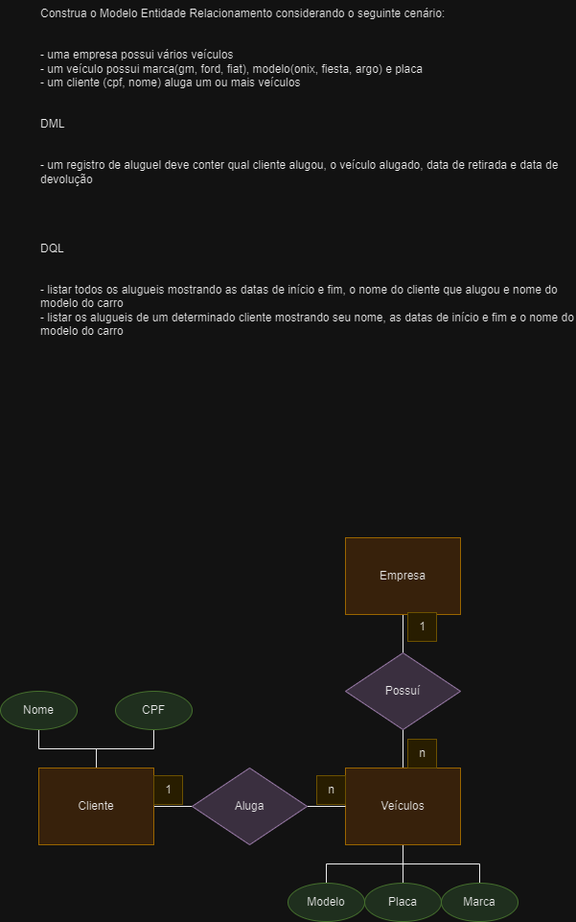
This is SPRINT-1-SENAI/Banco de Dados/Exercícios Modelagem Banco de Dados/Modelagem de Banco de Dados-Exercício 1.2.png.png from ViniciusPorcionato/3_DEV_TD, a draw.io export, as it was before one commit. Source tidied: cells renumbered, new cells last; positions are measured from the earlier drawing's top-left corner, leaving out a move shared by most shapes.
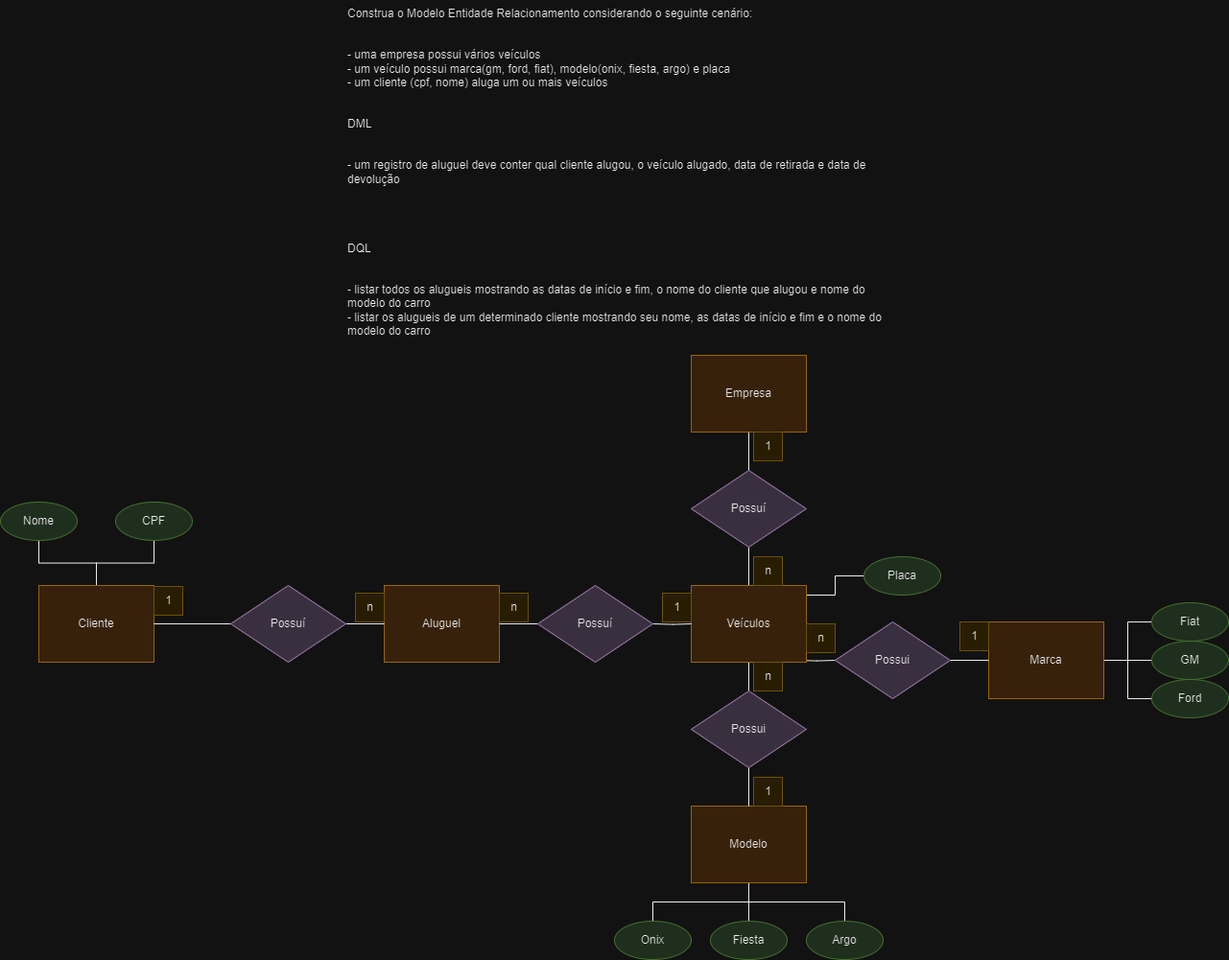
Above is the later version.

Commit message:
Correção dos exercícios sobre Modelagem de Banco de dados

Diff of the diagram source:
```diff
@@ -9,31 +9,33 @@
       <mxGeometry relative="1" as="geometry" />
     </mxCell>
     <mxCell id="4" value="Empresa" style="rounded=0;whiteSpace=wrap;html=1;fillColor=#ffe6cc;strokeColor=#d79b00;" parent="1" vertex="1">
-      <mxGeometry x="360" y="560" width="120" height="80" as="geometry" />
+      <mxGeometry x="400" y="370" width="120" height="80" as="geometry" />
     </mxCell>
     <mxCell id="5" style="edgeStyle=orthogonalEdgeStyle;rounded=0;jettySize=auto;html=1;entryX=0.5;entryY=0;entryDx=0;entryDy=0;endArrow=none;endFill=0;" parent="1" edge="1" source="6" target="10">
       <mxGeometry relative="1" as="geometry" />
     </mxCell>
     <mxCell id="6" value="Possuí" style="rhombus;whiteSpace=wrap;html=1;fillColor=#e1d5e7;strokeColor=#9673a6;" parent="1" vertex="1">
-      <mxGeometry x="360" y="680" width="120" height="80" as="geometry" />
+      <mxGeometry x="400" y="490" width="120" height="80" as="geometry" />
     </mxCell>
-    <mxCell id="7" style="edgeStyle=orthogonalEdgeStyle;rounded=0;jettySize=auto;html=1;entryX=0.5;entryY=0;entryDx=0;entryDy=0;endArrow=none;endFill=0;" parent="1" edge="1" source="10">
-      <mxGeometry relative="1" as="geometry">
-        <mxPoint x="420" y="920" as="targetPoint" />
-      </mxGeometry>
-    </mxCell>
-    <mxCell id="8" style="edgeStyle=orthogonalEdgeStyle;rounded=0;jettySize=auto;html=1;entryX=0.5;entryY=0;entryDx=0;entryDy=0;endArrow=none;endFill=0;" parent="1" edge="1" source="10" target="23">
-      <mxGeometry relative="1" as="geometry" />
-    </mxCell>
-    <mxCell id="9" style="edgeStyle=orthogonalEdgeStyle;rounded=0;jettySize=auto;html=1;entryX=0.5;entryY=0;entryDx=0;entryDy=0;endArrow=none;endFill=0;" parent="1" edge="1" source="10" target="25">
-      <mxGeometry relative="1" as="geometry" />
-    </mxCell>
+    <mxCell id="26" style="edgeStyle=orthogonalEdgeStyle;rounded=0;jettySize=auto;html=1;entryX=0.5;entryY=0;entryDx=0;entryDy=0;endArrow=none;endFill=0;" parent="1" edge="1" source="10" target="38">
+      <mxGeometry relative="1" as="geometry" />
+    </mxCell>
+    <mxCell id="27" style="edgeStyle=orthogonalEdgeStyle;rounded=0;jettySize=auto;html=1;entryX=0;entryY=0.5;entryDx=0;entryDy=0;endArrow=none;endFill=0;" parent="1" edge="1" target="36">
+      <mxGeometry relative="1" as="geometry">
+        <mxPoint x="510" y="688" as="sourcePoint" />
+      </mxGeometry>
+    </mxCell>
+    <mxCell id="28" style="edgeStyle=orthogonalEdgeStyle;rounded=0;jettySize=auto;html=1;entryX=0;entryY=0.5;entryDx=0;entryDy=0;endArrow=none;endFill=0;" parent="1" edge="1" source="10" target="24">
+      <mxGeometry relative="1" as="geometry">
+        <Array as="points">
+          <mxPoint x="550" y="620" />
+          <mxPoint x="550" y="600" />
+        </Array>
+      </mxGeometry>
+    </mxCell>
     <mxCell id="10" value="Veículos" style="rounded=0;whiteSpace=wrap;html=1;fillColor=#ffe6cc;strokeColor=#d79b00;" parent="1" vertex="1">
-      <mxGeometry x="360" y="800" width="120" height="80" as="geometry" />
+      <mxGeometry x="400" y="610" width="120" height="80" as="geometry" />
     </mxCell>
-    <mxCell id="11" style="edgeStyle=orthogonalEdgeStyle;rounded=0;jettySize=auto;html=1;exitX=1;exitY=0.5;exitDx=0;exitDy=0;entryX=0;entryY=0.5;entryDx=0;entryDy=0;endArrow=none;endFill=0;" parent="1" edge="1" source="14" target="16">
-      <mxGeometry relative="1" as="geometry" />
-    </mxCell>
     <mxCell id="12" style="edgeStyle=orthogonalEdgeStyle;rounded=0;jettySize=auto;html=1;entryX=0.5;entryY=1;entryDx=0;entryDy=0;endArrow=none;endFill=0;" parent="1" edge="1" source="14" target="17">
       <mxGeometry relative="1" as="geometry" />
     </mxCell>
@@ -41,40 +43,123 @@
       <mxGeometry relative="1" as="geometry" />
     </mxCell>
     <mxCell id="14" value="Cliente" style="rounded=0;whiteSpace=wrap;html=1;fillColor=#ffe6cc;strokeColor=#d79b00;" parent="1" vertex="1">
-      <mxGeometry x="40" y="800" width="120" height="80" as="geometry" />
+      <mxGeometry x="-280" y="610" width="120" height="80" as="geometry" />
     </mxCell>
-    <mxCell id="15" style="edgeStyle=orthogonalEdgeStyle;rounded=0;jettySize=auto;html=1;entryX=0;entryY=0.5;entryDx=0;entryDy=0;endArrow=none;endFill=0;" parent="1" edge="1" source="16" target="10">
-      <mxGeometry relative="1" as="geometry" />
+    <mxCell id="15" style="edgeStyle=orthogonalEdgeStyle;rounded=0;jettySize=auto;html=1;entryX=0;entryY=0.5;entryDx=0;entryDy=0;endArrow=none;endFill=0;" parent="1" edge="1" target="10">
+      <mxGeometry relative="1" as="geometry">
+        <mxPoint x="360" y="650" as="sourcePoint" />
+      </mxGeometry>
     </mxCell>
-    <mxCell id="16" value="Aluga" style="rhombus;whiteSpace=wrap;html=1;fillColor=#e1d5e7;strokeColor=#9673a6;" parent="1" vertex="1">
-      <mxGeometry x="200" y="800" width="120" height="80" as="geometry" />
-    </mxCell>
     <mxCell id="17" value="Nome" style="ellipse;whiteSpace=wrap;html=1;fillColor=#d5e8d4;strokeColor=#82b366;" parent="1" vertex="1">
-      <mxGeometry y="720" width="80" height="40" as="geometry" />
+      <mxGeometry x="-320" y="523" width="80" height="40" as="geometry" />
     </mxCell>
     <mxCell id="18" value="CPF" style="ellipse;whiteSpace=wrap;html=1;fillColor=#d5e8d4;strokeColor=#82b366;" parent="1" vertex="1">
-      <mxGeometry x="120" y="720" width="80" height="40" as="geometry" />
+      <mxGeometry x="-200" y="523" width="80" height="40" as="geometry" />
     </mxCell>
     <mxCell id="19" value="1" style="text;html=1;align=center;verticalAlign=middle;strokeColor=#d6b656;fillColor=#fff2cc;" parent="1" vertex="1">
-      <mxGeometry x="425" y="638" width="30" height="30" as="geometry" />
+      <mxGeometry x="465" y="450" width="30" height="30" as="geometry" />
     </mxCell>
     <mxCell id="20" value="n" style="text;html=1;align=center;verticalAlign=middle;strokeColor=#d6b656;fillColor=#fff2cc;" parent="1" vertex="1">
-      <mxGeometry x="425" y="770" width="30" height="30" as="geometry" />
+      <mxGeometry x="465" y="580" width="30" height="30" as="geometry" />
     </mxCell>
     <mxCell id="21" value="1" style="text;html=1;align=center;verticalAlign=middle;strokeColor=#d6b656;fillColor=#fff2cc;" parent="1" vertex="1">
-      <mxGeometry x="160" y="808" width="30" height="30" as="geometry" />
+      <mxGeometry x="-160" y="611" width="30" height="30" as="geometry" />
     </mxCell>
-    <mxCell id="22" value="n" style="text;html=1;align=center;verticalAlign=middle;strokeColor=#d6b656;fillColor=#fff2cc;" parent="1" vertex="1">
-      <mxGeometry x="330" y="808" width="30" height="30" as="geometry" />
+    <mxCell id="22" value="1" style="text;html=1;align=center;verticalAlign=middle;strokeColor=#d6b656;fillColor=#fff2cc;" parent="1" vertex="1">
+      <mxGeometry x="370" y="618" width="30" height="30" as="geometry" />
     </mxCell>
+    <mxCell id="29" style="edgeStyle=orthogonalEdgeStyle;rounded=0;jettySize=auto;html=1;entryX=0.5;entryY=0;entryDx=0;entryDy=0;endArrow=none;endFill=0;" parent="1" edge="1" source="23" target="40">
+      <mxGeometry relative="1" as="geometry" />
+    </mxCell>
+    <mxCell id="30" style="edgeStyle=orthogonalEdgeStyle;rounded=0;jettySize=auto;html=1;entryX=0.5;entryY=0;entryDx=0;entryDy=0;endArrow=none;endFill=0;" parent="1" edge="1" source="23" target="41">
+      <mxGeometry relative="1" as="geometry" />
+    </mxCell>
+    <mxCell id="31" style="edgeStyle=orthogonalEdgeStyle;rounded=0;jettySize=auto;html=1;entryX=0.5;entryY=0;entryDx=0;entryDy=0;endArrow=none;endFill=0;" parent="1" edge="1" source="23" target="39">
+      <mxGeometry relative="1" as="geometry" />
+    </mxCell>
-    <mxCell id="23" value="Modelo" style="ellipse;whiteSpace=wrap;html=1;fillColor=#d5e8d4;strokeColor=#82b366;" parent="1" vertex="1">
-      <mxGeometry x="300" y="920" width="80" height="40" as="geometry" />
+    <mxCell id="23" value="Modelo" style="rounded=0;whiteSpace=wrap;html=1;fillColor=#ffe6cc;strokeColor=#d79b00;" parent="1" vertex="1">
+      <mxGeometry x="400" y="840" width="120" height="80" as="geometry" />
     </mxCell>
+    <mxCell id="32" style="edgeStyle=orthogonalEdgeStyle;rounded=0;jettySize=auto;html=1;entryX=0;entryY=0.5;entryDx=0;entryDy=0;endArrow=none;endFill=0;" parent="1" edge="1" source="25" target="42">
+      <mxGeometry relative="1" as="geometry" />
+    </mxCell>
+    <mxCell id="33" style="edgeStyle=orthogonalEdgeStyle;rounded=0;jettySize=auto;html=1;entryX=0;entryY=0.5;entryDx=0;entryDy=0;endArrow=none;endFill=0;" parent="1" edge="1" source="25" target="44">
+      <mxGeometry relative="1" as="geometry" />
+    </mxCell>
+    <mxCell id="34" style="edgeStyle=orthogonalEdgeStyle;rounded=0;jettySize=auto;html=1;entryX=0;entryY=0.5;entryDx=0;entryDy=0;endArrow=none;endFill=0;" parent="1" edge="1" source="25" target="43">
+      <mxGeometry relative="1" as="geometry" />
+    </mxCell>
+    <mxCell id="25" value="Marca" style="rounded=0;whiteSpace=wrap;html=1;fillColor=#ffe6cc;strokeColor=#d79b00;" parent="1" vertex="1">
+      <mxGeometry x="710" y="648" width="120" height="80" as="geometry" />
+    </mxCell>
+    <mxCell id="35" style="edgeStyle=orthogonalEdgeStyle;rounded=0;jettySize=auto;html=1;entryX=0;entryY=0.5;entryDx=0;entryDy=0;endArrow=none;endFill=0;" parent="1" edge="1" source="36" target="25">
+      <mxGeometry relative="1" as="geometry" />
+    </mxCell>
+    <mxCell id="36" value="Possui" style="rhombus;whiteSpace=wrap;html=1;fillColor=#e1d5e7;strokeColor=#9673a6;" parent="1" vertex="1">
+      <mxGeometry x="550" y="648" width="120" height="80" as="geometry" />
+    </mxCell>
+    <mxCell id="37" style="edgeStyle=orthogonalEdgeStyle;rounded=0;jettySize=auto;html=1;entryX=0.5;entryY=0;entryDx=0;entryDy=0;endArrow=none;endFill=0;" parent="1" edge="1" source="38" target="23">
+      <mxGeometry relative="1" as="geometry" />
+    </mxCell>
+    <mxCell id="38" value="Possui" style="rhombus;whiteSpace=wrap;html=1;fillColor=#e1d5e7;strokeColor=#9673a6;" parent="1" vertex="1">
+      <mxGeometry x="400" y="720" width="120" height="80" as="geometry" />
+    </mxCell>
+    <mxCell id="39" value="Onix" style="ellipse;whiteSpace=wrap;html=1;fillColor=#d5e8d4;strokeColor=#82b366;" parent="1" vertex="1">
+      <mxGeometry x="320" y="960" width="80" height="40" as="geometry" />
+    </mxCell>
+    <mxCell id="40" value="Fiesta" style="ellipse;whiteSpace=wrap;html=1;fillColor=#d5e8d4;strokeColor=#82b366;" parent="1" vertex="1">
+      <mxGeometry x="420" y="960" width="80" height="40" as="geometry" />
+    </mxCell>
+    <mxCell id="41" value="Argo" style="ellipse;whiteSpace=wrap;html=1;fillColor=#d5e8d4;strokeColor=#82b366;" parent="1" vertex="1">
+      <mxGeometry x="520" y="960" width="80" height="40" as="geometry" />
+    </mxCell>
+    <mxCell id="42" value="GM" style="ellipse;whiteSpace=wrap;html=1;fillColor=#d5e8d4;strokeColor=#82b366;" parent="1" vertex="1">
+      <mxGeometry x="880" y="668" width="80" height="40" as="geometry" />
+    </mxCell>
+    <mxCell id="43" value="Ford" style="ellipse;whiteSpace=wrap;html=1;fillColor=#d5e8d4;strokeColor=#82b366;" parent="1" vertex="1">
+      <mxGeometry x="880" y="708" width="80" height="40" as="geometry" />
+    </mxCell>
+    <mxCell id="44" value="Fiat" style="ellipse;whiteSpace=wrap;html=1;fillColor=#d5e8d4;strokeColor=#82b366;" parent="1" vertex="1">
+      <mxGeometry x="880" y="628" width="80" height="40" as="geometry" />
+    </mxCell>
     <mxCell id="24" value="Placa" style="ellipse;whiteSpace=wrap;html=1;fillColor=#d5e8d4;strokeColor=#82b366;" parent="1" vertex="1">
-      <mxGeometry x="380" y="920" width="80" height="40" as="geometry" />
+      <mxGeometry x="580" y="580" width="80" height="40" as="geometry" />
     </mxCell>
-    <mxCell id="25" value="Marca" style="ellipse;whiteSpace=wrap;html=1;fillColor=#d5e8d4;strokeColor=#82b366;" parent="1" vertex="1">
-      <mxGeometry x="460" y="920" width="80" height="40" as="geometry" />
-    </mxCell>
+    <mxCell id="45" value="n" style="text;html=1;align=center;verticalAlign=middle;strokeColor=#d6b656;fillColor=#fff2cc;" parent="1" vertex="1">
+      <mxGeometry x="520" y="650" width="30" height="30" as="geometry" />
+    </mxCell>
+    <mxCell id="46" value="1" style="text;html=1;align=center;verticalAlign=middle;strokeColor=#d6b656;fillColor=#fff2cc;" parent="1" vertex="1">
+      <mxGeometry x="680" y="648" width="30" height="30" as="geometry" />
+    </mxCell>
+    <mxCell id="47" value="n" style="text;html=1;align=center;verticalAlign=middle;strokeColor=#d6b656;fillColor=#fff2cc;" parent="1" vertex="1">
+      <mxGeometry x="465" y="690" width="30" height="30" as="geometry" />
+    </mxCell>
+    <mxCell id="48" value="1" style="text;html=1;align=center;verticalAlign=middle;strokeColor=#d6b656;fillColor=#fff2cc;" parent="1" vertex="1">
+      <mxGeometry x="465" y="810" width="30" height="30" as="geometry" />
+    </mxCell>
+    <mxCell id="49" value="Aluguel" style="rounded=0;whiteSpace=wrap;html=1;fillColor=#ffe6cc;strokeColor=#d79b00;" parent="1" vertex="1">
+      <mxGeometry x="80" y="610" width="120" height="80" as="geometry" />
+    </mxCell>
+    <mxCell id="50" style="edgeStyle=orthogonalEdgeStyle;rounded=0;jettySize=auto;html=1;endArrow=none;endFill=0;" parent="1" edge="1" source="51" target="49">
+      <mxGeometry relative="1" as="geometry" />
+    </mxCell>
+    <mxCell id="51" value="Possuí" style="rhombus;whiteSpace=wrap;html=1;fillColor=#e1d5e7;strokeColor=#9673a6;" parent="1" vertex="1">
+      <mxGeometry x="240" y="610" width="120" height="80" as="geometry" />
+    </mxCell>
+    <mxCell id="52" style="edgeStyle=orthogonalEdgeStyle;rounded=0;jettySize=auto;html=1;entryX=0;entryY=0.5;entryDx=0;entryDy=0;endArrow=none;endFill=0;" parent="1" edge="1" source="54" target="49">
+      <mxGeometry relative="1" as="geometry" />
+    </mxCell>
+    <mxCell id="53" style="edgeStyle=orthogonalEdgeStyle;rounded=0;jettySize=auto;html=1;entryX=1;entryY=0.5;entryDx=0;entryDy=0;endArrow=none;endFill=0;" parent="1" edge="1" source="54" target="14">
+      <mxGeometry relative="1" as="geometry" />
+    </mxCell>
+    <mxCell id="54" value="Possuí" style="rhombus;whiteSpace=wrap;html=1;fillColor=#e1d5e7;strokeColor=#9673a6;" parent="1" vertex="1">
+      <mxGeometry x="-80" y="610" width="120" height="80" as="geometry" />
+    </mxCell>
+    <mxCell id="55" value="n" style="text;html=1;align=center;verticalAlign=middle;strokeColor=#d6b656;fillColor=#fff2cc;" parent="1" vertex="1">
+      <mxGeometry x="200" y="618" width="30" height="30" as="geometry" />
+    </mxCell>
+    <mxCell id="56" value="n" style="text;html=1;align=center;verticalAlign=middle;strokeColor=#d6b656;fillColor=#fff2cc;" parent="1" vertex="1">
+      <mxGeometry x="50" y="618" width="30" height="30" as="geometry" />
+    </mxCell>
   </root>
 </mxGraphModel>
```
